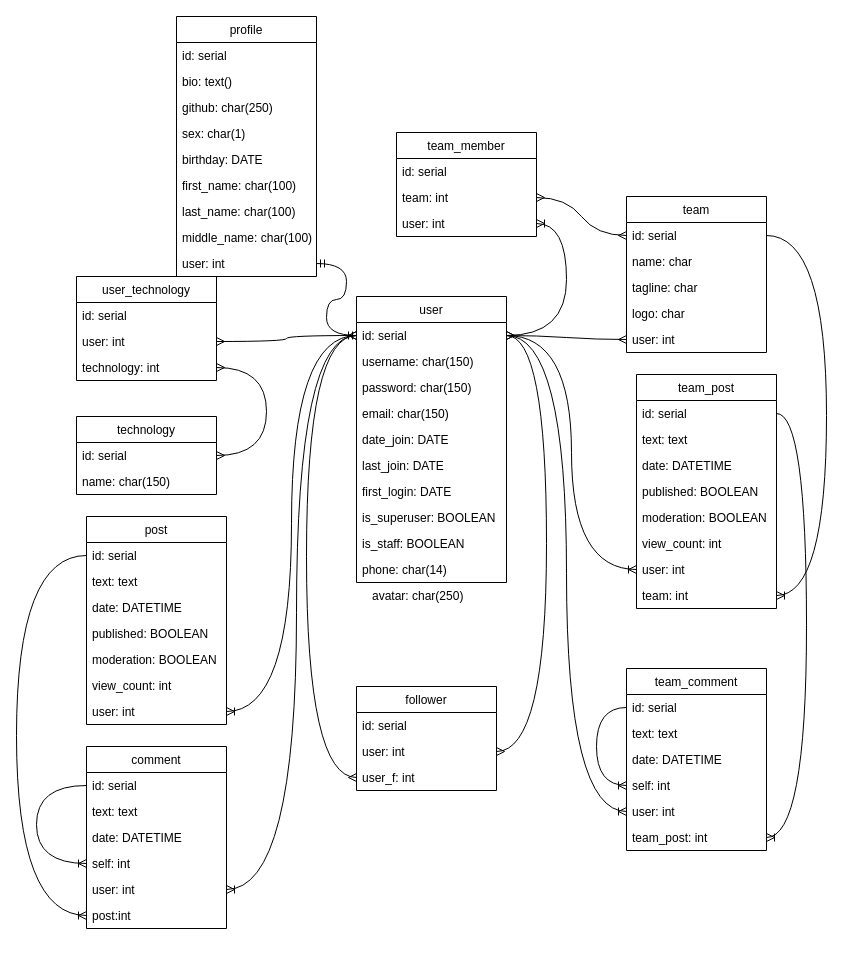
This is Diagrams/progsocnet_db_diagram.drawio from tonyglaz/ProgSocialNet, a draw.io file, before an edit. Source tidied: cells renumbered, new cells numbered last; positions are measured from the earlier drawing's top-left corner, leaving out a move shared by most shapes. Both pictures are drawn from the tidied source at 100%, with x=0, y=0 at pixel (16, 16).
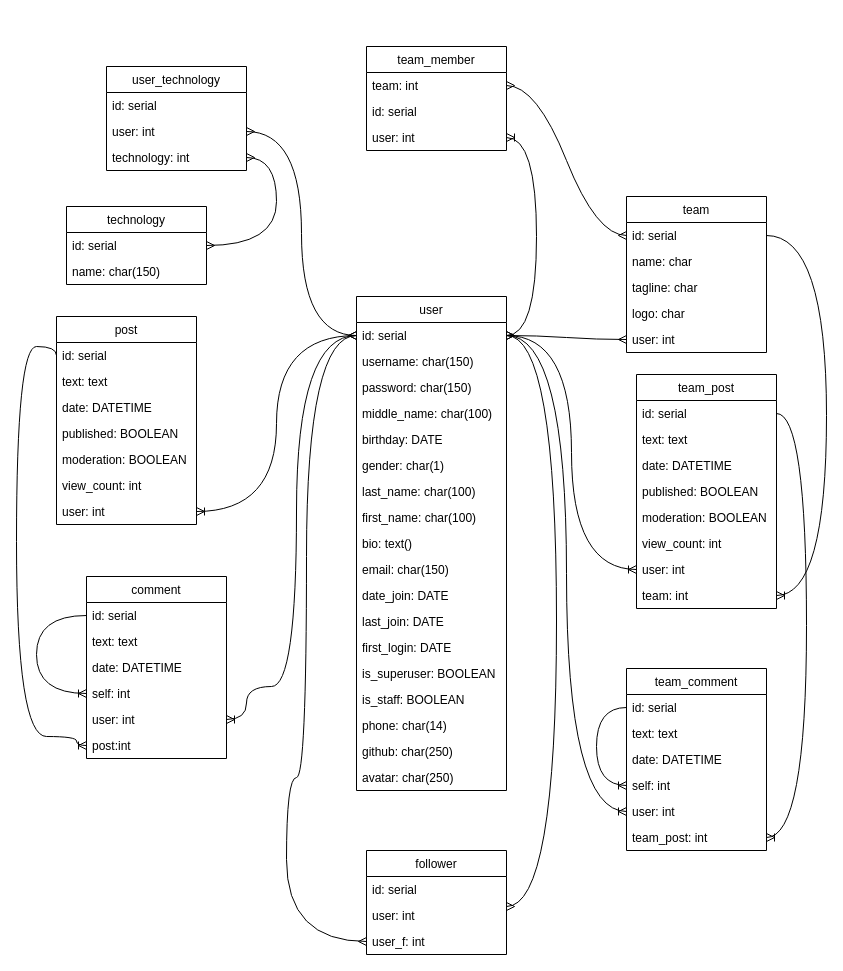
The same diagram, later.

Unchanged cells that the change refers to:
```xml
<mxCell id="3" value="id: serial" style="text;strokeColor=none;fillColor=none;align=left;verticalAlign=top;spacingLeft=4;spacingRight=4;overflow=hidden;points=[[0,0.5],[1,0.5]];portConstraint=eastwest;" parent="2" vertex="1">
  <mxGeometry y="26" width="150" height="26" as="geometry" />
</mxCell>
<mxCell id="26" value="technology: int" style="text;strokeColor=none;fillColor=none;align=left;verticalAlign=top;spacingLeft=4;spacingRight=4;overflow=hidden;points=[[0,0.5],[1,0.5]];portConstraint=eastwest;" parent="23" vertex="1">
  <mxGeometry y="78" width="140" height="26" as="geometry" />
</mxCell>
<mxCell id="28" value="id: serial" style="text;strokeColor=none;fillColor=none;align=left;verticalAlign=top;spacingLeft=4;spacingRight=4;overflow=hidden;points=[[0,0.5],[1,0.5]];portConstraint=eastwest;" parent="27" vertex="1">
  <mxGeometry y="26" width="140" height="26" as="geometry" />
</mxCell>
<mxCell id="34" value="user: int" style="text;strokeColor=none;fillColor=none;align=left;verticalAlign=top;spacingLeft=4;spacingRight=4;overflow=hidden;points=[[0,0.5],[1,0.5]];portConstraint=eastwest;" parent="32" vertex="1">
  <mxGeometry y="52" width="140" height="26" as="geometry" />
</mxCell>
<mxCell id="35" value="user_f: int" style="text;strokeColor=none;fillColor=none;align=left;verticalAlign=top;spacingLeft=4;spacingRight=4;overflow=hidden;points=[[0,0.5],[1,0.5]];portConstraint=eastwest;" parent="32" vertex="1">
  <mxGeometry y="78" width="140" height="26" as="geometry" />
</mxCell>
<mxCell id="69" value="id: serial" style="text;strokeColor=none;fillColor=none;align=left;verticalAlign=top;spacingLeft=4;spacingRight=4;overflow=hidden;points=[[0,0.5],[1,0.5]];portConstraint=eastwest;" parent="68" vertex="1">
  <mxGeometry y="26" width="140" height="26" as="geometry" />
</mxCell>
<mxCell id="82" value="user: int" style="text;strokeColor=none;fillColor=none;align=left;verticalAlign=top;spacingLeft=4;spacingRight=4;overflow=hidden;points=[[0,0.5],[1,0.5]];portConstraint=eastwest;" parent="77" vertex="1">
  <mxGeometry y="130" width="140" height="26" as="geometry" />
</mxCell>
<mxCell id="83" value="post:int" style="text;strokeColor=none;fillColor=none;align=left;verticalAlign=top;spacingLeft=4;spacingRight=4;overflow=hidden;points=[[0,0.5],[1,0.5]];portConstraint=eastwest;" parent="77" vertex="1">
  <mxGeometry y="156" width="140" height="26" as="geometry" />
</mxCell>
```

What changed in the source:
```diff
@@
     <mxCell id="2" value="user" style="swimlane;fontStyle=0;horizontal=1;startSize=26;fillColor=none;" parent="1" vertex="1">
-      <mxGeometry x="340" y="280" width="150" height="286" as="geometry" />
+      <mxGeometry x="340" y="280" width="150" height="494" as="geometry" />
     </mxCell>
@@
+    <mxCell id="21" value="middle_name: char(100)" style="text;strokeColor=none;fillColor=none;align=left;verticalAlign=top;spacingLeft=4;spacingRight=4;overflow=hidden;" parent="2" vertex="1">
+      <mxGeometry y="104" width="150" height="26" as="geometry" />
+    </mxCell>
+    <mxCell id="18" value="birthday: DATE" style="text;strokeColor=none;fillColor=none;align=left;verticalAlign=top;spacingLeft=4;spacingRight=4;overflow=hidden;" parent="2" vertex="1">
+      <mxGeometry y="130" width="150" height="26" as="geometry" />
+    </mxCell>
+    <mxCell id="17" value="gender: char(1)" style="text;strokeColor=none;fillColor=none;align=left;verticalAlign=top;spacingLeft=4;spacingRight=4;overflow=hidden;" parent="2" vertex="1">
+      <mxGeometry y="156" width="150" height="26" as="geometry" />
+    </mxCell>
+    <mxCell id="20" value="last_name: char(100)" style="text;strokeColor=none;fillColor=none;align=left;verticalAlign=top;spacingLeft=4;spacingRight=4;overflow=hidden;" parent="2" vertex="1">
+      <mxGeometry y="182" width="150" height="26" as="geometry" />
+    </mxCell>
+    <mxCell id="19" value="first_name: char(100)" style="text;strokeColor=none;fillColor=none;align=left;verticalAlign=top;spacingLeft=4;spacingRight=4;overflow=hidden;" parent="2" vertex="1">
+      <mxGeometry y="208" width="150" height="26" as="geometry" />
+    </mxCell>
+    <mxCell id="15" value="bio: text()" style="text;strokeColor=none;fillColor=none;align=left;verticalAlign=top;spacingLeft=4;spacingRight=4;overflow=hidden;" parent="2" vertex="1">
+      <mxGeometry y="234" width="150" height="26" as="geometry" />
+    </mxCell>
     <mxCell id="6" value="email: char(150)" style="text;strokeColor=none;fillColor=none;align=left;verticalAlign=top;spacingLeft=4;spacingRight=4;overflow=hidden;" parent="2" vertex="1">
-      <mxGeometry y="104" width="150" height="26" as="geometry" />
+      <mxGeometry y="260" width="150" height="26" as="geometry" />
     </mxCell>
     <mxCell id="7" value="date_join: DATE" style="text;strokeColor=none;fillColor=none;align=left;verticalAlign=top;spacingLeft=4;spacingRight=4;overflow=hidden;" parent="2" vertex="1">
-      <mxGeometry y="130" width="150" height="26" as="geometry" />
+      <mxGeometry y="286" width="150" height="26" as="geometry" />
     </mxCell>
     <mxCell id="8" value="last_join: DATE" style="text;strokeColor=none;fillColor=none;align=left;verticalAlign=top;spacingLeft=4;spacingRight=4;overflow=hidden;" parent="2" vertex="1">
-      <mxGeometry y="156" width="150" height="26" as="geometry" />
+      <mxGeometry y="312" width="150" height="26" as="geometry" />
     </mxCell>
     <mxCell id="9" value="first_login: DATE" style="text;strokeColor=none;fillColor=none;align=left;verticalAlign=top;spacingLeft=4;spacingRight=4;overflow=hidden;" parent="2" vertex="1">
-      <mxGeometry y="182" width="150" height="26" as="geometry" />
+      <mxGeometry y="338" width="150" height="26" as="geometry" />
     </mxCell>
     <mxCell id="10" value="is_superuser: BOOLEAN" style="text;strokeColor=none;fillColor=none;align=left;verticalAlign=top;spacingLeft=4;spacingRight=4;overflow=hidden;" parent="2" vertex="1">
-      <mxGeometry y="208" width="150" height="26" as="geometry" />
+      <mxGeometry y="364" width="150" height="26" as="geometry" />
     </mxCell>
     <mxCell id="11" value="is_staff: BOOLEAN" style="text;strokeColor=none;fillColor=none;align=left;verticalAlign=top;spacingLeft=4;spacingRight=4;overflow=hidden;" parent="2" vertex="1">
-      <mxGeometry y="234" width="150" height="26" as="geometry" />
+      <mxGeometry y="390" width="150" height="26" as="geometry" />
     </mxCell>
     <mxCell id="12" value="phone: char(14)" style="text;strokeColor=none;fillColor=none;align=left;verticalAlign=top;spacingLeft=4;spacingRight=4;overflow=hidden;" parent="2" vertex="1">
-      <mxGeometry y="260" width="150" height="26" as="geometry" />
+      <mxGeometry y="416" width="150" height="26" as="geometry" />
     </mxCell>
-    <mxCell id="13" value="profile" style="swimlane;fontStyle=0;horizontal=1;startSize=26;fillColor=none;" parent="1" vertex="1">
-      <mxGeometry x="160" width="140" height="260" as="geometry" />
-    </mxCell>
-    <mxCell id="14" value="id: serial" style="text;strokeColor=none;fillColor=none;align=left;verticalAlign=top;spacingLeft=4;spacingRight=4;overflow=hidden;" parent="13" vertex="1">
-      <mxGeometry y="26" width="140" height="26" as="geometry" />
-    </mxCell>
-    <mxCell id="15" value="bio: text()" style="text;strokeColor=none;fillColor=none;align=left;verticalAlign=top;spacingLeft=4;spacingRight=4;overflow=hidden;" parent="13" vertex="1">
-      <mxGeometry y="52" width="140" height="26" as="geometry" />
-    </mxCell>
-    <mxCell id="16" value="github: char(250)" style="text;strokeColor=none;fillColor=none;align=left;verticalAlign=top;spacingLeft=4;spacingRight=4;overflow=hidden;" parent="13" vertex="1">
-      <mxGeometry y="78" width="140" height="26" as="geometry" />
+    <mxCell id="16" value="github: char(250)" style="text;strokeColor=none;fillColor=none;align=left;verticalAlign=top;spacingLeft=4;spacingRight=4;overflow=hidden;" parent="2" vertex="1">
+      <mxGeometry y="442" width="150" height="26" as="geometry" />
     </mxCell>
-    <mxCell id="17" value="sex: char(1)" style="text;strokeColor=none;fillColor=none;align=left;verticalAlign=top;spacingLeft=4;spacingRight=4;overflow=hidden;" parent="13" vertex="1">
-      <mxGeometry y="104" width="140" height="26" as="geometry" />
-    </mxCell>
-    <mxCell id="18" value="birthday: DATE" style="text;strokeColor=none;fillColor=none;align=left;verticalAlign=top;spacingLeft=4;spacingRight=4;overflow=hidden;" parent="13" vertex="1">
-      <mxGeometry y="130" width="140" height="26" as="geometry" />
-    </mxCell>
-    <mxCell id="19" value="first_name: char(100)" style="text;strokeColor=none;fillColor=none;align=left;verticalAlign=top;spacingLeft=4;spacingRight=4;overflow=hidden;" parent="13" vertex="1">
-      <mxGeometry y="156" width="140" height="26" as="geometry" />
-    </mxCell>
-    <mxCell id="20" value="last_name: char(100)" style="text;strokeColor=none;fillColor=none;align=left;verticalAlign=top;spacingLeft=4;spacingRight=4;overflow=hidden;" parent="13" vertex="1">
-      <mxGeometry y="182" width="140" height="26" as="geometry" />
-    </mxCell>
-    <mxCell id="21" value="middle_name: char(100)" style="text;strokeColor=none;fillColor=none;align=left;verticalAlign=top;spacingLeft=4;spacingRight=4;overflow=hidden;" parent="13" vertex="1">
-      <mxGeometry y="208" width="140" height="26" as="geometry" />
-    </mxCell>
-    <mxCell id="22" value="user: int" style="text;strokeColor=none;fillColor=none;align=left;verticalAlign=top;spacingLeft=4;spacingRight=4;overflow=hidden;points=[[0,0.5],[1,0.5]];portConstraint=eastwest;" parent="13" vertex="1">
-      <mxGeometry y="234" width="140" height="26" as="geometry" />
-    </mxCell>
+    <mxCell id="89" value="avatar: char(250)" style="text;strokeColor=none;fillColor=none;align=left;verticalAlign=top;spacingLeft=4;spacingRight=4;overflow=hidden;" parent="2" vertex="1">
+      <mxGeometry y="468" width="150" height="26" as="geometry" />
+    </mxCell>
     <mxCell id="23" value="user_technology" style="swimlane;fontStyle=0;horizontal=1;startSize=26;fillColor=none;" parent="1" vertex="1">
-      <mxGeometry x="60" y="260" width="140" height="104" as="geometry" />
+      <mxGeometry x="90" y="50" width="140" height="104" as="geometry" />
     </mxCell>
@@
     <mxCell id="27" value="technology" style="swimlane;fontStyle=0;horizontal=1;startSize=26;fillColor=none;" parent="1" vertex="1">
-      <mxGeometry x="60" y="400" width="140" height="78" as="geometry" />
+      <mxGeometry x="50" y="190" width="140" height="78" as="geometry" />
     </mxCell>
@@
     <mxCell id="30" style="edgeStyle=orthogonalEdgeStyle;fontSize=12;html=1;endArrow=ERmany;startArrow=ERmany;rounded=0;exitX=1;exitY=0.5;exitDx=0;exitDy=0;curved=1;" parent="1" edge="1" source="28" target="26">
       <mxGeometry relative="1" as="geometry">
         <Array as="points">
-          <mxPoint x="250" y="439" />
-          <mxPoint x="250" y="351" />
+          <mxPoint x="260" y="229" />
+          <mxPoint x="260" y="141" />
         </Array>
       </mxGeometry>
     </mxCell>
@@
     <mxCell id="32" value="follower" style="swimlane;fontStyle=0;horizontal=1;startSize=26;fillColor=none;" parent="1" vertex="1">
-      <mxGeometry x="340" y="670" width="140" height="104" as="geometry" />
+      <mxGeometry x="350" y="834" width="140" height="104" as="geometry" />
     </mxCell>
@@
     <mxCell id="36" value="team_member" style="swimlane;fontStyle=0;horizontal=1;startSize=26;fillColor=none;" parent="1" vertex="1">
-      <mxGeometry x="380" y="116" width="140" height="104" as="geometry" />
+      <mxGeometry x="350" y="30" width="140" height="104" as="geometry" />
     </mxCell>
+    <mxCell id="38" value="team: int" style="text;strokeColor=none;fillColor=none;align=left;verticalAlign=top;spacingLeft=4;spacingRight=4;overflow=hidden;points=[[0,0.5],[1,0.5]];portConstraint=eastwest;" parent="36" vertex="1">
+      <mxGeometry y="26" width="140" height="26" as="geometry" />
+    </mxCell>
     <mxCell id="37" value="id: serial" style="text;strokeColor=none;fillColor=none;align=left;verticalAlign=top;spacingLeft=4;spacingRight=4;overflow=hidden;" parent="36" vertex="1">
-      <mxGeometry y="26" width="140" height="26" as="geometry" />
+      <mxGeometry y="52" width="140" height="26" as="geometry" />
     </mxCell>
-    <mxCell id="38" value="team: int" style="text;strokeColor=none;fillColor=none;align=left;verticalAlign=top;spacingLeft=4;spacingRight=4;overflow=hidden;points=[[0,0.5],[1,0.5]];portConstraint=eastwest;" parent="36" vertex="1">
-      <mxGeometry y="52" width="140" height="26" as="geometry" />
-    </mxCell>
@@
     <mxCell id="68" value="post" style="swimlane;fontStyle=0;horizontal=1;startSize=26;fillColor=none;" parent="1" vertex="1">
-      <mxGeometry x="70" y="500" width="140" height="208" as="geometry" />
+      <mxGeometry x="40" y="300" width="140" height="208" as="geometry" />
     </mxCell>
@@
     <mxCell id="77" value="comment" style="swimlane;fontStyle=0;horizontal=1;startSize=26;fillColor=none;" parent="1" vertex="1">
-      <mxGeometry x="70" y="730" width="140" height="182" as="geometry" />
+      <mxGeometry x="70" y="560" width="140" height="182" as="geometry" />
     </mxCell>
@@
     <mxCell id="85" style="edgeStyle=orthogonalEdgeStyle;fontSize=12;html=1;endArrow=ERoneToMany;rounded=0;curved=1;" parent="1" edge="1" source="3" target="82">
       <mxGeometry relative="1" as="geometry">
         <Array as="points">
           <mxPoint x="280" y="319" />
-          <mxPoint x="280" y="873" />
+          <mxPoint x="280" y="670" />
+          <mxPoint x="230" y="670" />
+          <mxPoint x="230" y="703" />
         </Array>
       </mxGeometry>
     </mxCell>
     <mxCell id="86" style="edgeStyle=orthogonalEdgeStyle;fontSize=12;html=1;endArrow=ERmany;startArrow=ERmany;rounded=0;curved=1;" parent="1" edge="1" source="3" target="34">
       <mxGeometry relative="1" as="geometry">
         <Array as="points">
-          <mxPoint x="530" y="319" />
-          <mxPoint x="530" y="735" />
+          <mxPoint x="540" y="319" />
+          <mxPoint x="540" y="890" />
         </Array>
       </mxGeometry>
     </mxCell>
@@
     <mxCell id="88" style="edgeStyle=orthogonalEdgeStyle;fontSize=12;html=1;endArrow=ERmany;startArrow=ERmany;rounded=0;curved=1;entryX=0;entryY=0.5;entryDx=0;entryDy=0;" parent="1" edge="1" source="3" target="35">
       <mxGeometry relative="1" as="geometry">
         <Array as="points">
           <mxPoint x="290" y="319" />
           <mxPoint x="290" y="761" />
+          <mxPoint x="270" y="761" />
+          <mxPoint x="270" y="925" />
         </Array>
       </mxGeometry>
     </mxCell>
-    <mxCell id="89" value="avatar: char(250)" style="text;strokeColor=none;fillColor=none;align=left;verticalAlign=top;spacingLeft=4;spacingRight=4;overflow=hidden;" parent="1" vertex="1">
-      <mxGeometry x="350" y="566" width="150" height="26" as="geometry" />
-    </mxCell>
-    <mxCell id="90" style="edgeStyle=orthogonalEdgeStyle;fontSize=12;html=1;endArrow=ERoneToMany;rounded=0;curved=1;" parent="1" edge="1" source="69" target="83">
+    <mxCell id="90" style="edgeStyle=orthogonalEdgeStyle;fontSize=12;html=1;endArrow=ERoneToMany;rounded=0;curved=1;exitX=0;exitY=0.5;exitDx=0;exitDy=0;" parent="1" edge="1" source="69" target="83">
       <mxGeometry relative="1" as="geometry">
         <Array as="points">
-          <mxPoint y="539" />
-          <mxPoint y="899" />
+          <mxPoint x="40" y="330" />
+          <mxPoint y="330" />
+          <mxPoint y="720" />
+          <mxPoint x="60" y="720" />
+          <mxPoint x="60" y="729" />
         </Array>
       </mxGeometry>
     </mxCell>
@@
-    <mxCell id="92" style="edgeStyle=entityRelationEdgeStyle;fontSize=12;html=1;endArrow=ERmandOne;startArrow=ERmandOne;rounded=0;curved=1;" parent="1" edge="1" source="22" target="3">
-      <mxGeometry relative="1" as="geometry" />
-    </mxCell>
```
